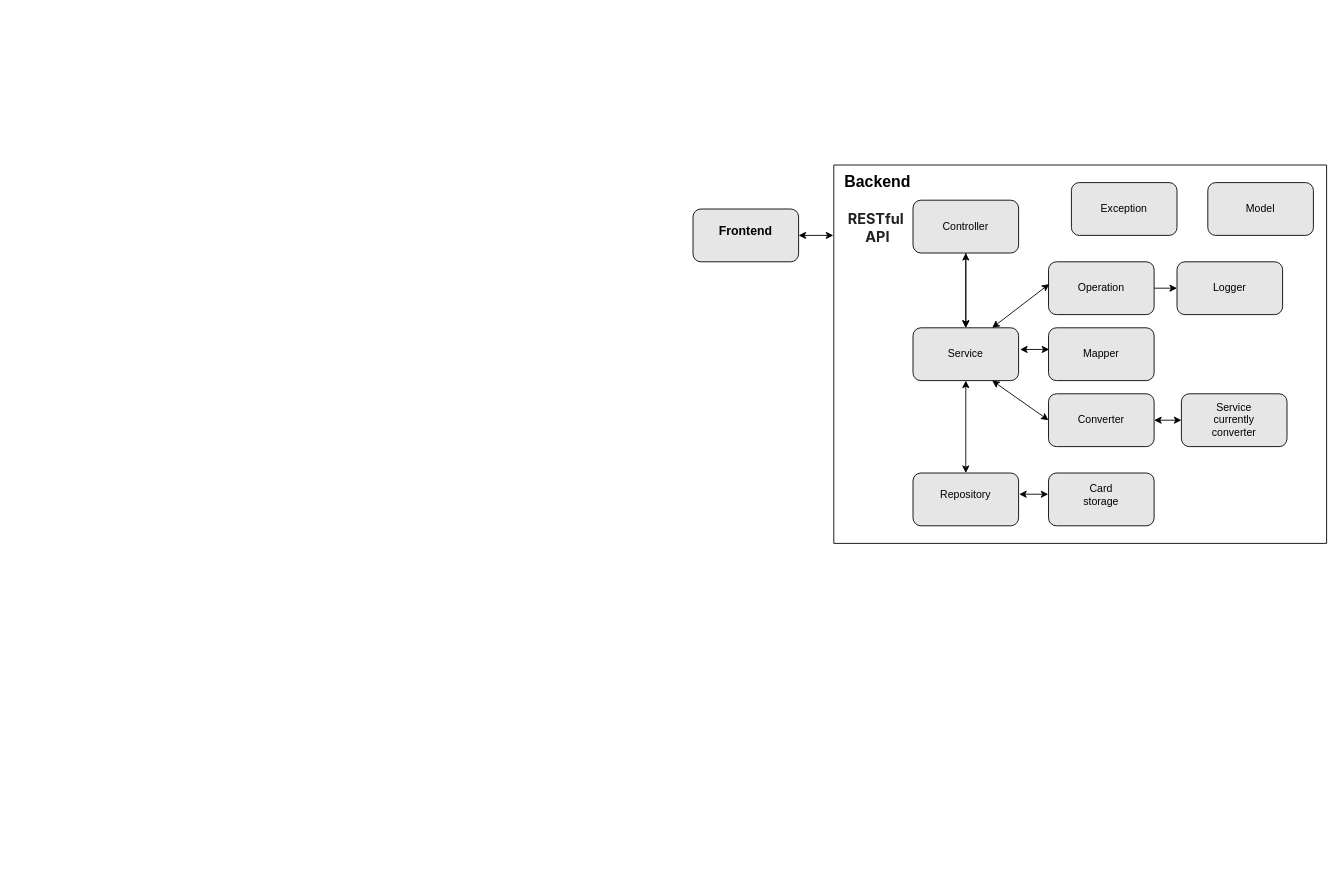
Earlier version of the draw.io diagram Диаграмма без названия.drawio (Andrey-smol/MoneyTransferService). Source tidied: cells renumbered, new cells numbered last; positions are measured from the earlier drawing's top-left corner, leaving out a move shared by most shapes. Both pictures are drawn from the tidied source at 88%, with x=0, y=0 at pixel (693, 165).
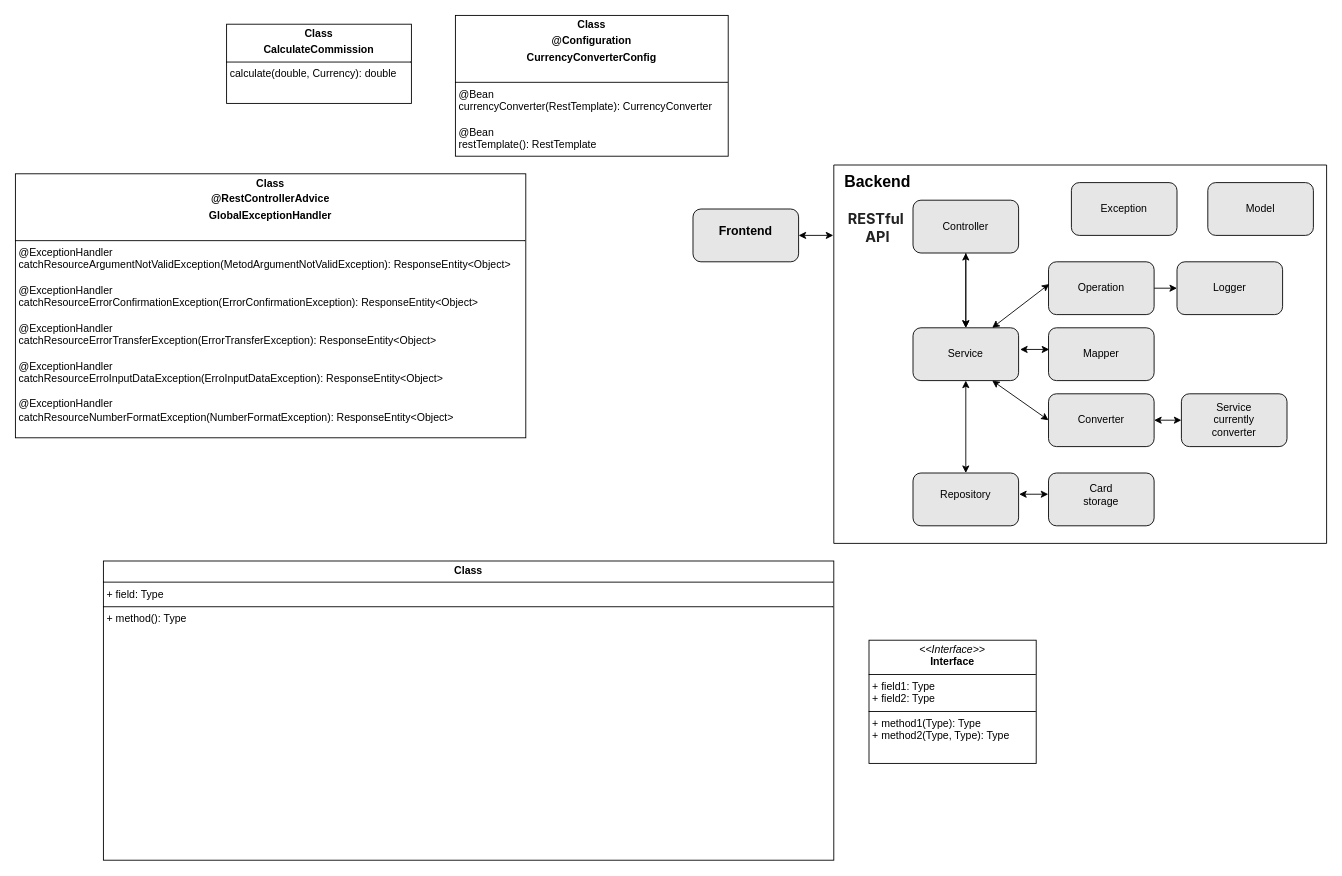
The same diagram, later.

The edit, as a diff of the source:
```diff
@@
+    <mxCell id="39" value="&lt;p style=&quot;margin:0px;margin-top:4px;text-align:center;&quot;&gt;&lt;b&gt;Class&lt;/b&gt;&lt;/p&gt;&lt;p style=&quot;margin:0px;margin-top:4px;text-align:center;&quot;&gt;&lt;b&gt;CalculateCommission&lt;/b&gt;&lt;/p&gt;&lt;hr size=&quot;1&quot; style=&quot;border-style:solid;&quot;&gt;&lt;p style=&quot;margin:0px;margin-left:4px;&quot;&gt;&lt;/p&gt;&lt;p style=&quot;margin:0px;margin-left:4px;&quot;&gt;calculate(double, Currency): double&lt;/p&gt;" style="verticalAlign=top;align=left;overflow=fill;html=1;whiteSpace=wrap;" parent="1" vertex="1">
+      <mxGeometry x="-530" y="-160" width="210" height="90" as="geometry" />
+    </mxCell>
+    <mxCell id="40" value="&lt;p style=&quot;margin:0px;margin-top:4px;text-align:center;&quot;&gt;&lt;i&gt;&amp;lt;&amp;lt;Interface&amp;gt;&amp;gt;&lt;/i&gt;&lt;br/&gt;&lt;b&gt;Interface&lt;/b&gt;&lt;/p&gt;&lt;hr size=&quot;1&quot; style=&quot;border-style:solid;&quot;/&gt;&lt;p style=&quot;margin:0px;margin-left:4px;&quot;&gt;+ field1: Type&lt;br/&gt;+ field2: Type&lt;/p&gt;&lt;hr size=&quot;1&quot; style=&quot;border-style:solid;&quot;/&gt;&lt;p style=&quot;margin:0px;margin-left:4px;&quot;&gt;+ method1(Type): Type&lt;br/&gt;+ method2(Type, Type): Type&lt;/p&gt;" style="verticalAlign=top;align=left;overflow=fill;html=1;whiteSpace=wrap;" parent="1" vertex="1">
+      <mxGeometry x="200" y="540" width="190" height="140" as="geometry" />
+    </mxCell>
+    <mxCell id="41" value="&lt;p style=&quot;margin:0px;margin-top:4px;text-align:center;&quot;&gt;&lt;b&gt;Class&lt;/b&gt;&lt;/p&gt;&lt;p style=&quot;margin:0px;margin-top:4px;text-align:center;&quot;&gt;&lt;b style=&quot;background-color: transparent; color: light-dark(rgb(0, 0, 0), rgb(255, 255, 255));&quot;&gt;@Configuration&lt;/b&gt;&lt;/p&gt;&lt;p style=&quot;margin:0px;margin-top:4px;text-align:center;&quot;&gt;&lt;b&gt;CurrencyConverterConfig&lt;/b&gt;&lt;/p&gt;&lt;p style=&quot;margin:0px;margin-left:4px;&quot;&gt;&lt;br&gt;&lt;/p&gt;&lt;hr size=&quot;1&quot; style=&quot;border-style:solid;&quot;&gt;&lt;p style=&quot;margin:0px;margin-left:4px;&quot;&gt;@Bean&lt;/p&gt;&lt;p style=&quot;margin:0px;margin-left:4px;&quot;&gt;currencyConverter(RestTemplate): CurrencyConverter&lt;/p&gt;&lt;p style=&quot;margin:0px;margin-left:4px;&quot;&gt;&lt;br&gt;&lt;/p&gt;&lt;p style=&quot;margin:0px;margin-left:4px;&quot;&gt;@Bean&lt;/p&gt;&lt;p style=&quot;margin:0px;margin-left:4px;&quot;&gt;restTemplate(): RestTemplate&lt;/p&gt;" style="verticalAlign=top;align=left;overflow=fill;html=1;whiteSpace=wrap;" parent="1" vertex="1">
+      <mxGeometry x="-270" y="-170" width="310" height="160" as="geometry" />
+    </mxCell>
+    <mxCell id="42" value="&lt;p style=&quot;margin:0px;margin-top:4px;text-align:center;&quot;&gt;&lt;b&gt;Class&lt;/b&gt;&lt;/p&gt;&lt;p style=&quot;margin:0px;margin-top:4px;text-align:center;&quot;&gt;&lt;b&gt;@RestControllerAdvice&lt;/b&gt;&lt;/p&gt;&lt;p style=&quot;margin:0px;margin-top:4px;text-align:center;&quot;&gt;&lt;b&gt;GlobalExceptionHandler&lt;/b&gt;&lt;/p&gt;&lt;p style=&quot;margin:0px;margin-left:4px;&quot;&gt;&lt;br&gt;&lt;/p&gt;&lt;hr size=&quot;1&quot; style=&quot;border-style:solid;&quot;&gt;&lt;p style=&quot;margin:0px;margin-left:4px;&quot;&gt;@ExceptionHandler&lt;/p&gt;&lt;p style=&quot;margin:0px;margin-left:4px;&quot;&gt;catchResourceArgumentNotValidException(MetodArgumentNotValidException): ResponseEntity&amp;lt;Object&amp;gt;&lt;/p&gt;&lt;p style=&quot;margin:0px;margin-left:4px;&quot;&gt;&lt;br&gt;&lt;/p&gt;&lt;p style=&quot;margin:0px;margin-left:4px;&quot;&gt;@ExceptionHandler&lt;/p&gt;&lt;p style=&quot;margin:0px;margin-left:4px;&quot;&gt;catchResourceErrorConfirmationException(ErrorConfirmationException): ResponseEntity&amp;lt;Object&amp;gt;&lt;/p&gt;&lt;p style=&quot;margin:0px;margin-left:4px;&quot;&gt;&lt;br&gt;&lt;/p&gt;&lt;p style=&quot;margin:0px;margin-left:4px;&quot;&gt;@ExceptionHandler&lt;/p&gt;&lt;p style=&quot;margin:0px;margin-left:4px;&quot;&gt;catchResourceErrorTransferException(ErrorTransferException): ResponseEntity&amp;lt;Object&amp;gt;&lt;/p&gt;&lt;p style=&quot;margin:0px;margin-left:4px;&quot;&gt;&lt;br&gt;&lt;/p&gt;&lt;p style=&quot;margin:0px;margin-left:4px;&quot;&gt;@ExceptionHandler&lt;/p&gt;&lt;p style=&quot;margin:0px;margin-left:4px;&quot;&gt;catchResourceErroInputDataException(ErroInputDataException): ResponseEntity&amp;lt;Object&amp;gt;&lt;/p&gt;&lt;p style=&quot;margin:0px;margin-left:4px;&quot;&gt;&lt;br&gt;&lt;/p&gt;&lt;p style=&quot;margin:0px;margin-left:4px;&quot;&gt;&lt;span style=&quot;background-color: transparent; color: light-dark(rgb(0, 0, 0), rgb(255, 255, 255));&quot;&gt;@ExceptionHandler&lt;/span&gt;&lt;/p&gt;&lt;p style=&quot;margin:0px;margin-left:4px;&quot;&gt;catchResourceNumberFormatException(NumberFormatException): ResponseEntity&amp;lt;Object&amp;gt;&lt;/p&gt;&lt;p style=&quot;margin:0px;margin-left:4px;&quot;&gt;&lt;br&gt;&lt;/p&gt;" style="verticalAlign=top;align=left;overflow=fill;html=1;whiteSpace=wrap;" parent="1" vertex="1">
+      <mxGeometry x="-770" y="10" width="580" height="300" as="geometry" />
+    </mxCell>
+    <mxCell id="43" value="&lt;p style=&quot;margin:0px;margin-top:4px;text-align:center;&quot;&gt;&lt;b&gt;Class&lt;/b&gt;&lt;/p&gt;&lt;hr size=&quot;1&quot; style=&quot;border-style:solid;&quot;/&gt;&lt;p style=&quot;margin:0px;margin-left:4px;&quot;&gt;+ field: Type&lt;/p&gt;&lt;hr size=&quot;1&quot; style=&quot;border-style:solid;&quot;/&gt;&lt;p style=&quot;margin:0px;margin-left:4px;&quot;&gt;+ method(): Type&lt;/p&gt;" style="verticalAlign=top;align=left;overflow=fill;html=1;whiteSpace=wrap;" parent="1" vertex="1">
+      <mxGeometry x="-670" y="450" width="830" height="340" as="geometry" />
+    </mxCell>
```
